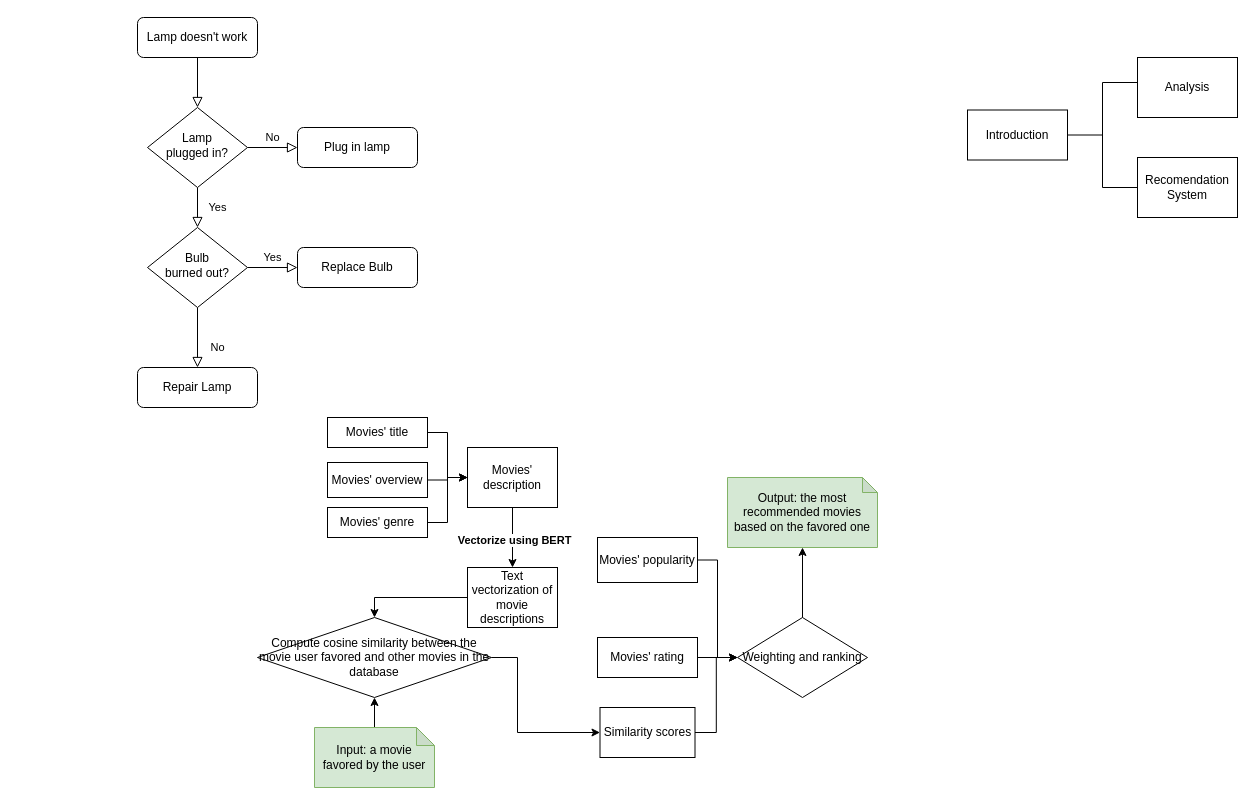
Earlier version of the draw.io diagram test.drawio (huaruoji/draw.io). Source tidied: cells renumbered, new cells numbered last; positions are measured from the earlier drawing's top-left corner, leaving out a move shared by most shapes. Both pictures are drawn from the tidied source at 100%, with x=0, y=0 at pixel (137, 17).
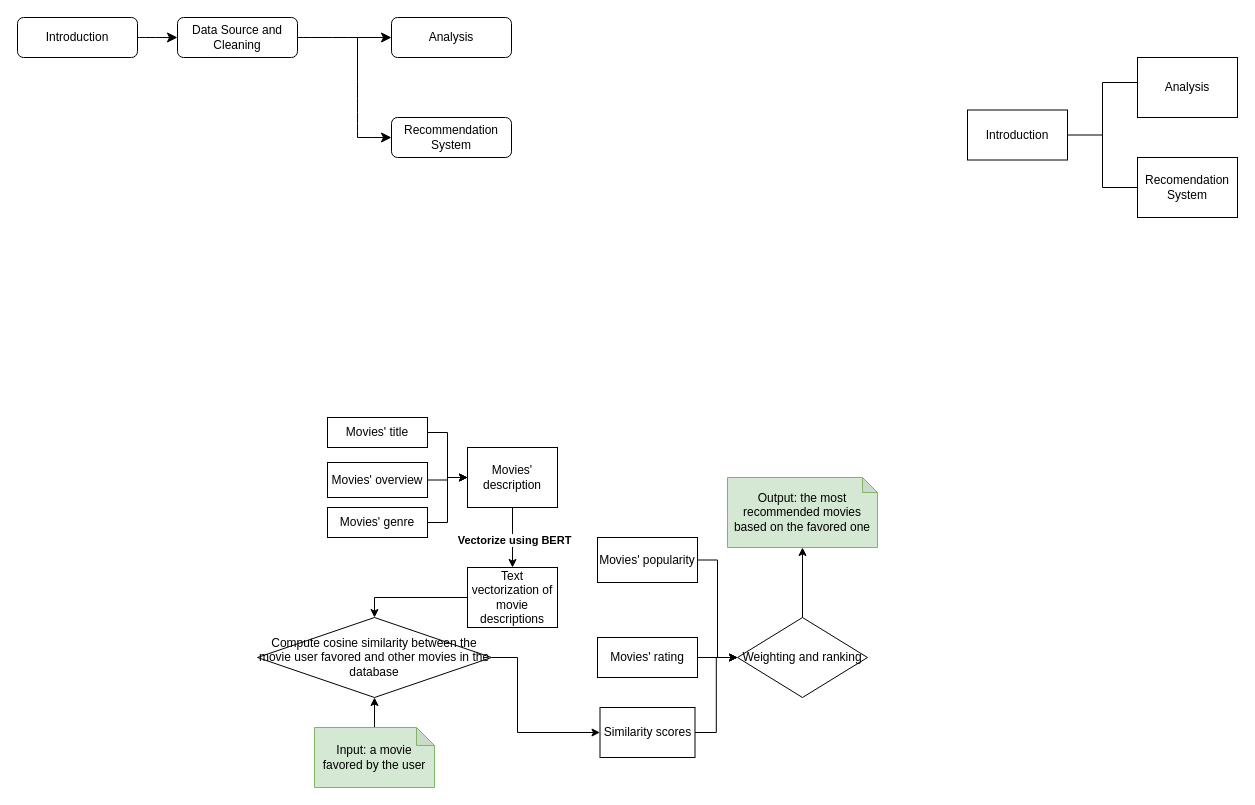
After the change.

What changed in the source:
```diff
@@
-    <mxCell id="2" style="rounded=0;html=1;jettySize=auto;fontSize=11;endArrow=block;endFill=0;endSize=8;strokeWidth=1;shadow=0;labelBackgroundColor=none;edgeStyle=orthogonalEdgeStyle;" parent="1" edge="1" source="3" target="6">
-      <mxGeometry relative="1" as="geometry" />
-    </mxCell>
-    <mxCell id="3" value="Lamp doesn't work" style="rounded=1;whiteSpace=wrap;html=1;fontSize=12;glass=0;strokeWidth=1;shadow=0;" parent="1" vertex="1">
-      <mxGeometry width="120" height="40" as="geometry" />
+    <mxCell id="3" value="Data Source and Cleaning" style="rounded=1;whiteSpace=wrap;html=1;fontSize=12;glass=0;strokeWidth=1;shadow=0;" parent="1" vertex="1">
+      <mxGeometry x="40" width="120" height="40" as="geometry" />
     </mxCell>
-    <mxCell id="4" value="Yes" style="rounded=0;html=1;jettySize=auto;fontSize=11;endArrow=block;endFill=0;endSize=8;strokeWidth=1;shadow=0;labelBackgroundColor=none;edgeStyle=orthogonalEdgeStyle;" parent="1" edge="1" source="6" target="10">
-      <mxGeometry y="20" relative="1" as="geometry" />
-    </mxCell>
-    <mxCell id="5" value="No" style="edgeStyle=orthogonalEdgeStyle;rounded=0;html=1;jettySize=auto;fontSize=11;endArrow=block;endFill=0;endSize=8;strokeWidth=1;shadow=0;labelBackgroundColor=none;" parent="1" edge="1" source="6" target="7">
-      <mxGeometry y="10" relative="1" as="geometry" />
-    </mxCell>
-    <mxCell id="6" value="Lamp&lt;br&gt;plugged in?" style="rhombus;whiteSpace=wrap;html=1;shadow=0;fontFamily=Helvetica;fontSize=12;align=center;strokeWidth=1;spacing=6;spacingTop=-4;" parent="1" vertex="1">
-      <mxGeometry x="10" y="90" width="100" height="80" as="geometry" />
-    </mxCell>
-    <mxCell id="7" value="Plug in lamp" style="rounded=1;whiteSpace=wrap;html=1;fontSize=12;glass=0;strokeWidth=1;shadow=0;" parent="1" vertex="1">
-      <mxGeometry x="160" y="110" width="120" height="40" as="geometry" />
-    </mxCell>
-    <mxCell id="8" value="No" style="rounded=0;html=1;jettySize=auto;fontSize=11;endArrow=block;endFill=0;endSize=8;strokeWidth=1;shadow=0;labelBackgroundColor=none;edgeStyle=orthogonalEdgeStyle;" parent="1" edge="1" source="10" target="11">
-      <mxGeometry x="0.33" y="20" relative="1" as="geometry" />
-    </mxCell>
-    <mxCell id="9" value="Yes" style="edgeStyle=orthogonalEdgeStyle;rounded=0;html=1;jettySize=auto;fontSize=11;endArrow=block;endFill=0;endSize=8;strokeWidth=1;shadow=0;labelBackgroundColor=none;" parent="1" edge="1" source="10" target="12">
-      <mxGeometry y="10" relative="1" as="geometry" />
-    </mxCell>
-    <mxCell id="10" value="Bulb&lt;br&gt;burned out?" style="rhombus;whiteSpace=wrap;html=1;shadow=0;fontFamily=Helvetica;fontSize=12;align=center;strokeWidth=1;spacing=6;spacingTop=-4;" parent="1" vertex="1">
-      <mxGeometry x="10" y="210" width="100" height="80" as="geometry" />
-    </mxCell>
-    <mxCell id="11" value="Repair Lamp" style="rounded=1;whiteSpace=wrap;html=1;fontSize=12;glass=0;strokeWidth=1;shadow=0;" parent="1" vertex="1">
-      <mxGeometry y="350" width="120" height="40" as="geometry" />
-    </mxCell>
-    <mxCell id="12" value="Replace Bulb" style="rounded=1;whiteSpace=wrap;html=1;fontSize=12;glass=0;strokeWidth=1;shadow=0;" parent="1" vertex="1">
-      <mxGeometry x="160" y="230" width="120" height="40" as="geometry" />
+    <mxCell id="12" value="Analysis" style="rounded=1;whiteSpace=wrap;html=1;fontSize=12;glass=0;strokeWidth=1;shadow=0;" parent="1" vertex="1">
+      <mxGeometry x="254" width="120" height="40" as="geometry" />
     </mxCell>
@@
+    <mxCell id="41" style="edgeStyle=none;curved=1;rounded=0;jettySize=auto;html=1;entryX=0;entryY=0.5;entryDx=0;entryDy=0;fontSize=12;startSize=8;endSize=8;" parent="1" edge="1" source="42" target="3">
+      <mxGeometry relative="1" as="geometry" />
+    </mxCell>
+    <mxCell id="42" value="Introduction" style="rounded=1;whiteSpace=wrap;html=1;fontSize=12;glass=0;strokeWidth=1;shadow=0;" parent="1" vertex="1">
+      <mxGeometry x="-120" width="120" height="40" as="geometry" />
+    </mxCell>
+    <mxCell id="43" value="Recommendation System" style="rounded=1;whiteSpace=wrap;html=1;fontSize=12;glass=0;strokeWidth=1;shadow=0;" parent="1" vertex="1">
+      <mxGeometry x="254" y="100" width="120" height="40" as="geometry" />
+    </mxCell>
+    <mxCell id="44" style="group;" parent="1" vertex="1">
+      <mxGeometry x="220" y="20" height="100" as="geometry" />
+    </mxCell>
+    <mxCell id="45" style="group;" parent="44" vertex="1">
+      <mxGeometry height="100" as="geometry" />
+    </mxCell>
+    <mxCell id="46" style="endArrow=none;html=1;rounded=0;fontSize=12;startSize=8;endSize=8;curved=1;" parent="45" edge="1">
+      <mxGeometry relative="1" as="geometry">
+        <mxPoint y="100" as="sourcePoint" />
+        <mxPoint as="targetPoint" />
+      </mxGeometry>
+    </mxCell>
+    <mxCell id="47" style="endArrow=classic;html=1;rounded=0;fontSize=12;startSize=8;endSize=8;curved=1;entryX=0;entryY=0.5;entryDx=0;entryDy=0;" parent="45" edge="1" target="43">
+      <mxGeometry relative="1" as="geometry">
+        <mxPoint y="100" as="sourcePoint" />
+      </mxGeometry>
+    </mxCell>
+    <mxCell id="48" style="endArrow=classic;html=1;rounded=0;fontSize=12;startSize=8;endSize=8;curved=1;entryX=0;entryY=0.5;entryDx=0;entryDy=0;" parent="44" edge="1" target="12">
+      <mxGeometry relative="1" as="geometry">
+        <mxPoint as="sourcePoint" />
+      </mxGeometry>
+    </mxCell>
+    <mxCell id="49" style="endArrow=none;html=1;rounded=0;fontSize=12;startSize=8;endSize=8;curved=1;exitX=1;exitY=0.5;exitDx=0;exitDy=0;" parent="1" edge="1" source="3">
+      <mxGeometry relative="1" as="geometry">
+        <mxPoint x="250" y="20" as="targetPoint" />
+      </mxGeometry>
+    </mxCell>
```
